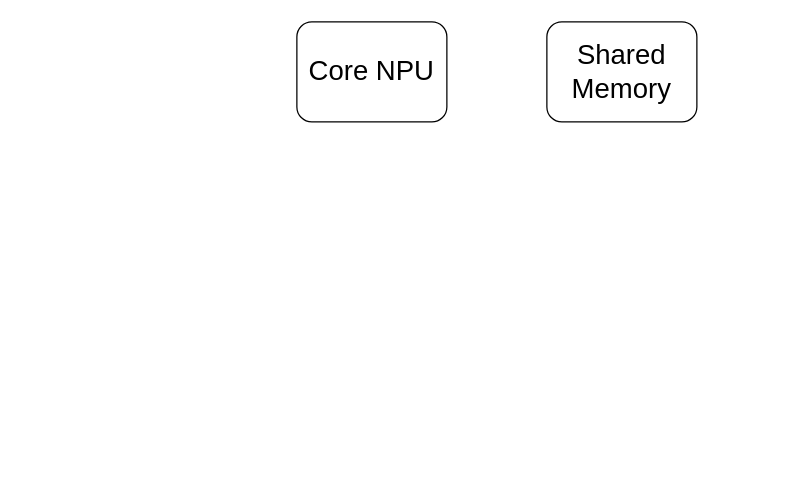
Before: 5g ai application.drawio in hoangtv2000/document-collection, a draw.io diagram. Source tidied: cells renumbered, new cells numbered last; positions are measured from the earlier drawing's top-left corner, leaving out a move shared by most shapes. Both pictures are drawn from the tidied source at 125%, with x=0, y=0 at pixel (296, 21).
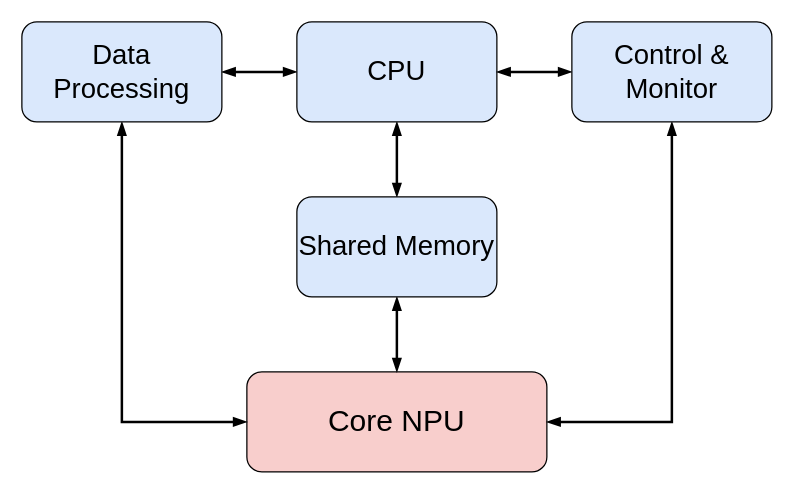
The same diagram, later.

The edit, as a diff of the source:
```diff
@@
 <mxGraphModel>
   <root>
     <mxCell id="0" />
     <mxCell id="1" parent="0" />
+    <mxCell id="3" value="&lt;font style=&quot;font-size: 24px;&quot;&gt;Core NPU&lt;/font&gt;" style="rounded=1;whiteSpace=wrap;html=1;fillColor=#f8cecc;strokeColor=default;" parent="1" vertex="1">
+      <mxGeometry x="-40" y="280" width="240" height="80" as="geometry" />
+    </mxCell>
+    <mxCell id="4" style="edgeStyle=orthogonalEdgeStyle;shape=connector;rounded=0;jettySize=auto;html=1;entryX=0.5;entryY=0;entryDx=0;entryDy=0;strokeColor=default;strokeWidth=2;align=center;verticalAlign=middle;fontFamily=Helvetica;fontSize=11;fontColor=default;labelBackgroundColor=default;startArrow=blockThin;startFill=1;endArrow=blockThin;endFill=1;" parent="1" edge="1" source="6" target="2">
+      <mxGeometry relative="1" as="geometry" />
+    </mxCell>
+    <mxCell id="5" style="edgeStyle=orthogonalEdgeStyle;shape=connector;rounded=0;jettySize=auto;html=1;strokeColor=default;strokeWidth=2;align=center;verticalAlign=middle;fontFamily=Helvetica;fontSize=11;fontColor=default;labelBackgroundColor=default;startArrow=blockThin;startFill=1;endArrow=blockThin;endFill=1;" parent="1" edge="1" source="6" target="8">
+      <mxGeometry relative="1" as="geometry" />
+    </mxCell>
+    <mxCell id="6" value="&lt;font style=&quot;font-size: 22px;&quot;&gt;CPU&lt;/font&gt;" style="rounded=1;whiteSpace=wrap;html=1;fillColor=#dae8fc;strokeColor=default;" parent="1" vertex="1">
+      <mxGeometry width="160" height="80" as="geometry" />
+    </mxCell>
+    <mxCell id="7" style="edgeStyle=orthogonalEdgeStyle;shape=connector;rounded=0;jettySize=auto;html=1;entryX=0;entryY=0.5;entryDx=0;entryDy=0;strokeColor=default;strokeWidth=2;align=center;verticalAlign=middle;fontFamily=Helvetica;fontSize=11;fontColor=default;labelBackgroundColor=default;startArrow=blockThin;startFill=1;endArrow=blockThin;endFill=1;exitX=0.5;exitY=1;exitDx=0;exitDy=0;" parent="1" edge="1" source="8" target="3">
+      <mxGeometry relative="1" as="geometry">
+        <Array as="points">
+          <mxPoint x="-140" y="320" />
+        </Array>
+      </mxGeometry>
+    </mxCell>
+    <mxCell id="8" value="&lt;font style=&quot;font-size: 22px;&quot;&gt;Data Processing&lt;/font&gt;" style="rounded=1;whiteSpace=wrap;html=1;fillColor=#dae8fc;strokeColor=default;" parent="1" vertex="1">
+      <mxGeometry x="-220" width="160" height="80" as="geometry" />
+    </mxCell>
+    <mxCell id="9" style="edgeStyle=orthogonalEdgeStyle;shape=connector;rounded=0;jettySize=auto;html=1;entryX=1;entryY=0.5;entryDx=0;entryDy=0;strokeColor=default;strokeWidth=2;align=center;verticalAlign=middle;fontFamily=Helvetica;fontSize=11;fontColor=default;labelBackgroundColor=default;startArrow=blockThin;startFill=1;endArrow=blockThin;endFill=1;exitX=0;exitY=0.5;exitDx=0;exitDy=0;" parent="1" edge="1" source="11" target="6">
+      <mxGeometry relative="1" as="geometry" />
+    </mxCell>
+    <mxCell id="10" style="edgeStyle=orthogonalEdgeStyle;shape=connector;rounded=0;jettySize=auto;html=1;entryX=1;entryY=0.5;entryDx=0;entryDy=0;strokeColor=default;strokeWidth=2;align=center;verticalAlign=middle;fontFamily=Helvetica;fontSize=11;fontColor=default;labelBackgroundColor=default;startArrow=blockThin;startFill=1;endArrow=blockThin;endFill=1;exitX=0.5;exitY=1;exitDx=0;exitDy=0;" parent="1" edge="1" source="11" target="3">
+      <mxGeometry relative="1" as="geometry">
+        <Array as="points">
+          <mxPoint x="300" y="320" />
+        </Array>
+      </mxGeometry>
+    </mxCell>
+    <mxCell id="11" value="&lt;font style=&quot;font-size: 22px;&quot;&gt;Control &amp;amp; Monitor&lt;/font&gt;" style="rounded=1;whiteSpace=wrap;html=1;fillColor=#dae8fc;strokeColor=default;" parent="1" vertex="1">
+      <mxGeometry x="220" width="160" height="80" as="geometry" />
+    </mxCell>
+    <mxCell id="12" style="edgeStyle=orthogonalEdgeStyle;shape=connector;rounded=0;jettySize=auto;html=1;entryX=0.5;entryY=0;entryDx=0;entryDy=0;strokeColor=default;strokeWidth=2;align=center;verticalAlign=middle;fontFamily=Helvetica;fontSize=11;fontColor=default;labelBackgroundColor=default;startArrow=blockThin;startFill=1;endArrow=blockThin;endFill=1;" parent="1" edge="1" source="2" target="3">
+      <mxGeometry relative="1" as="geometry" />
+    </mxCell>
-    <mxCell id="2" value="&lt;font style=&quot;font-size: 22px;&quot;&gt;Shared Memory&lt;/font&gt;" style="rounded=1;whiteSpace=wrap;html=1;" parent="1" vertex="1">
-      <mxGeometry x="200" width="120" height="80" as="geometry" />
+    <mxCell id="2" value="&lt;font style=&quot;font-size: 22px;&quot;&gt;Shared Memory&lt;/font&gt;" style="rounded=1;whiteSpace=wrap;html=1;fillColor=#dae8fc;strokeColor=default;" parent="1" vertex="1">
+      <mxGeometry y="140" width="160" height="80" as="geometry" />
     </mxCell>
-    <mxCell id="3" value="&lt;font style=&quot;font-size: 22px;&quot;&gt;Core NPU&lt;/font&gt;" style="rounded=1;whiteSpace=wrap;html=1;" parent="1" vertex="1">
-      <mxGeometry width="120" height="80" as="geometry" />
-    </mxCell>
   </root>
 </mxGraphModel>
```
